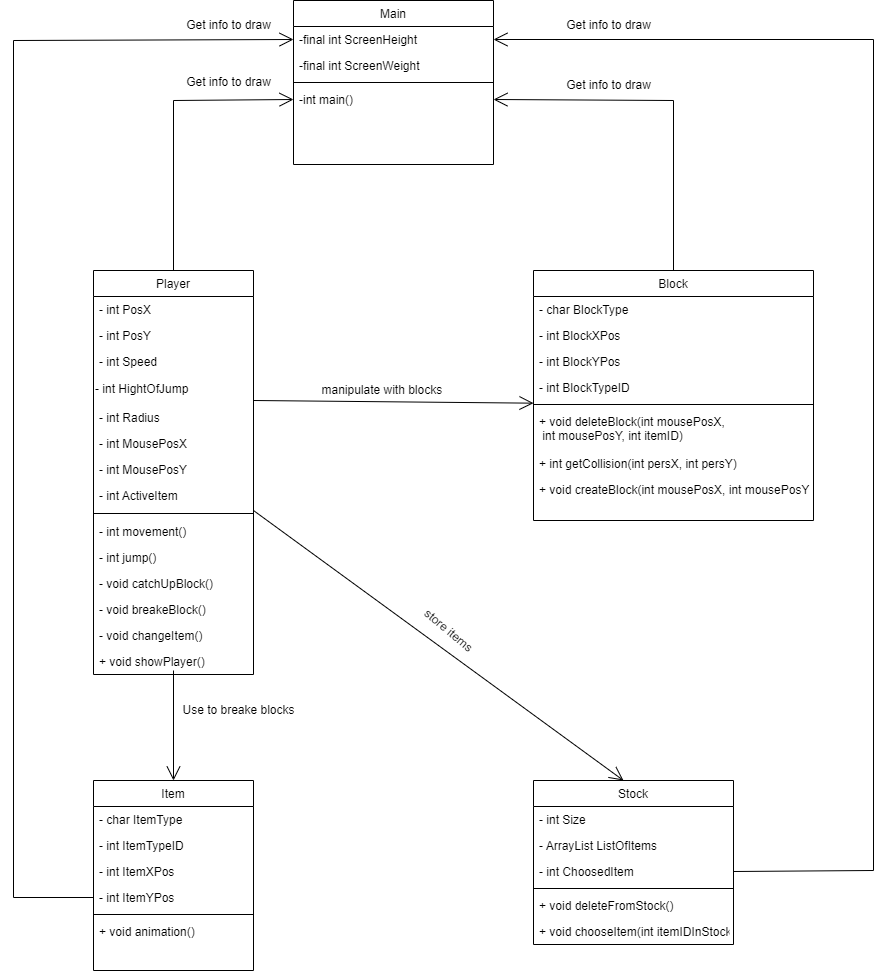
This is resouses/Class diagram.png from Ilpassekss/Java-Project, a draw.io export, as it was before one commit. Source tidied: cells renumbered, new cells last; positions are measured from the earlier drawing's top-left corner, leaving out a move shared by most shapes.
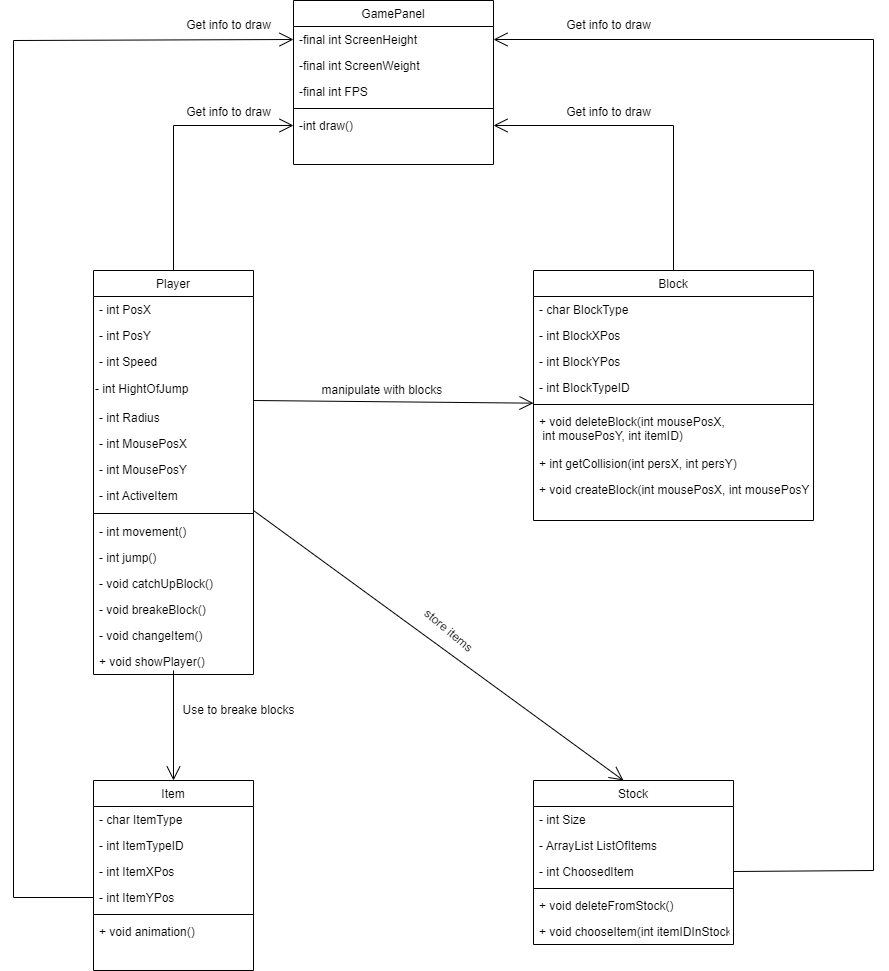
Later version of the same file.

Commit message:
Corrected class diagram;Corrected name of class and methods;

Change to the diagram source:
```diff
@@ -141,7 +141,7 @@
     <mxCell id="46" value="store items" style="text;html=1;align=center;verticalAlign=middle;strokeColor=none;fillColor=none;rotation=40;" parent="1" vertex="1">
       <mxGeometry x="400" y="620" width="70" height="20" as="geometry" />
     </mxCell>
-    <mxCell id="47" value="Main" style="swimlane;fontStyle=0;align=center;verticalAlign=top;horizontal=1;startSize=26;rounded=0;shadow=0;strokeWidth=1;" parent="1" vertex="1">
+    <mxCell id="47" value="GamePanel" style="swimlane;fontStyle=0;align=center;verticalAlign=top;horizontal=1;startSize=26;rounded=0;shadow=0;strokeWidth=1;" parent="1" vertex="1">
       <mxGeometry x="280" width="200" height="164" as="geometry" />
     </mxCell>
     <mxCell id="48" value="-final int ScreenHeight" style="text;align=left;verticalAlign=top;spacingLeft=4;spacingRight=4;overflow=hidden;points=[[0,0.5],[1,0.5]];portConstraint=eastwest;" parent="47" vertex="1">
@@ -150,24 +150,27 @@
     <mxCell id="49" value="-final int ScreenWeight" style="text;align=left;verticalAlign=middle;spacingLeft=4;spacingRight=4;overflow=hidden;rounded=0;shadow=0;html=0;" parent="47" vertex="1">
       <mxGeometry y="52" width="200" height="26" as="geometry" />
     </mxCell>
+    <mxCell id="60" value="-final int FPS" style="text;align=left;verticalAlign=middle;spacingLeft=4;spacingRight=4;overflow=hidden;rounded=0;shadow=0;html=0;" parent="47" vertex="1">
+      <mxGeometry y="78" width="200" height="26" as="geometry" />
+    </mxCell>
     <mxCell id="50" style="line;html=1;strokeWidth=1;align=left;verticalAlign=middle;spacingTop=-1;spacingLeft=3;spacingRight=3;labelPosition=right;" parent="47" vertex="1">
-      <mxGeometry y="78" width="200" height="8" as="geometry" />
+      <mxGeometry y="104" width="200" height="8" as="geometry" />
     </mxCell>
-    <mxCell id="51" value="-int main()" style="text;align=left;verticalAlign=top;spacingLeft=4;spacingRight=4;overflow=hidden;points=[[0,0.5],[1,0.5]];portConstraint=eastwest;" parent="47" vertex="1">
-      <mxGeometry y="86" width="200" height="26" as="geometry" />
+    <mxCell id="51" value="-int draw()" style="text;align=left;verticalAlign=top;spacingLeft=4;spacingRight=4;overflow=hidden;points=[[0,0.5],[1,0.5]];portConstraint=eastwest;" parent="47" vertex="1">
+      <mxGeometry y="112" width="200" height="26" as="geometry" />
     </mxCell>
     <mxCell id="52" style="endArrow=open;endFill=1;endSize=12;html=1;rounded=0;entryX=0;entryY=0.5;entryDx=0;entryDy=0;" parent="1" edge="1" target="51">
       <mxGeometry relative="1" as="geometry">
         <mxPoint x="160" y="270" as="sourcePoint" />
         <Array as="points">
-          <mxPoint x="160" y="100" />
+          <mxPoint x="160" y="125" />
         </Array>
       </mxGeometry>
     </mxCell>
     <mxCell id="53" style="endArrow=open;endFill=1;endSize=12;html=1;rounded=0;entryX=1;entryY=0.5;entryDx=0;entryDy=0;exitX=0.5;exitY=0;exitDx=0;exitDy=0;" parent="1" edge="1" source="18" target="51">
       <mxGeometry relative="1" as="geometry">
         <Array as="points">
-          <mxPoint x="660" y="100" />
+          <mxPoint x="660" y="125" />
         </Array>
       </mxGeometry>
     </mxCell>
@@ -191,10 +194,10 @@
       <mxGeometry x="540" y="10" width="110" height="30" as="geometry" />
     </mxCell>
     <mxCell id="57" value="Get info to draw" style="text;html=1;align=center;verticalAlign=middle;strokeColor=none;fillColor=none;" parent="1" vertex="1">
-      <mxGeometry x="540" y="70" width="110" height="30" as="geometry" />
+      <mxGeometry x="540" y="97" width="110" height="30" as="geometry" />
     </mxCell>
     <mxCell id="58" value="Get info to draw" style="text;html=1;align=center;verticalAlign=middle;strokeColor=none;fillColor=none;" parent="1" vertex="1">
-      <mxGeometry x="160" y="67" width="110" height="30" as="geometry" />
+      <mxGeometry x="160" y="97" width="110" height="30" as="geometry" />
     </mxCell>
     <mxCell id="59" value="Get info to draw" style="text;html=1;align=center;verticalAlign=middle;strokeColor=none;fillColor=none;" parent="1" vertex="1">
       <mxGeometry x="160" y="10" width="110" height="30" as="geometry" />
```
